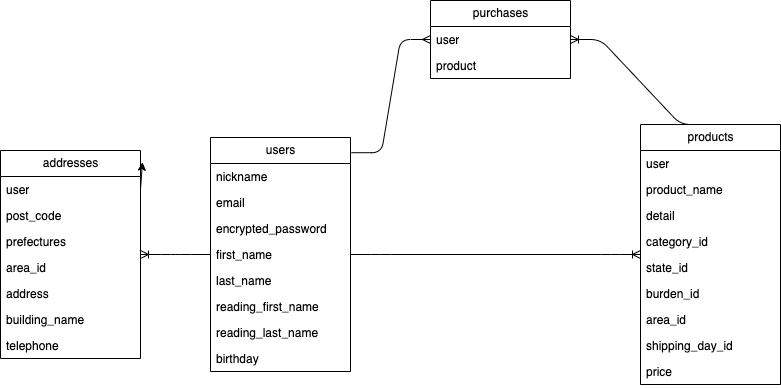
Before: FurimaER.png, a diagram exported from draw.io (someno-kaede/furima-39613). Source tidied: cells renumbered, new cells last; positions are measured from the earlier drawing's top-left corner, leaving out a move shared by most shapes.
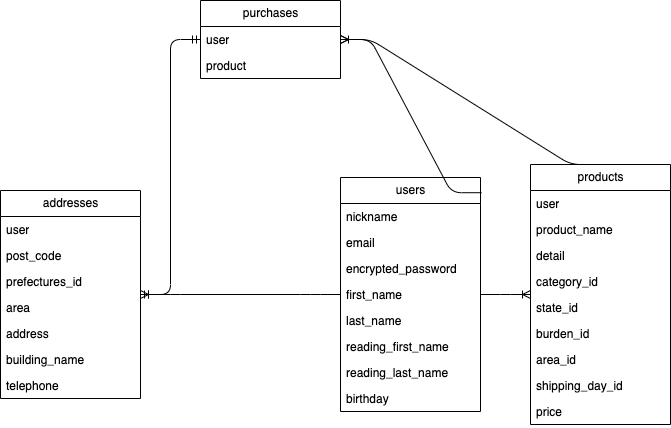
After the commit.

What changed in the source:
```diff
@@ -3,7 +3,7 @@
     <mxCell id="0" />
     <mxCell id="1" parent="0" />
     <mxCell id="2" value="users" style="swimlane;fontStyle=0;horizontal=1;startSize=26;fillColor=none;html=1;" parent="1" vertex="1">
-      <mxGeometry x="210" y="137" width="140" height="234" as="geometry" />
+      <mxGeometry x="350" y="137" width="140" height="234" as="geometry" />
     </mxCell>
     <mxCell id="3" value="nickname" style="text;strokeColor=none;fillColor=none;align=left;verticalAlign=top;spacingLeft=4;spacingRight=4;overflow=hidden;whiteSpace=wrap;html=1;" parent="2" vertex="1">
       <mxGeometry y="26" width="140" height="26" as="geometry" />
@@ -30,7 +30,7 @@
       <mxGeometry y="208" width="140" height="26" as="geometry" />
     </mxCell>
     <mxCell id="11" value="products" style="swimlane;fontStyle=0;horizontal=1;startSize=26;fillColor=none;html=1;" parent="1" vertex="1">
-      <mxGeometry x="640" y="124" width="140" height="260" as="geometry" />
+      <mxGeometry x="540" y="124" width="140" height="260" as="geometry" />
     </mxCell>
     <mxCell id="12" value="user&lt;br&gt;" style="text;strokeColor=none;fillColor=none;align=left;verticalAlign=top;spacingLeft=4;spacingRight=4;overflow=hidden;whiteSpace=wrap;html=1;" parent="11" vertex="1">
       <mxGeometry y="26" width="140" height="26" as="geometry" />
@@ -60,7 +60,7 @@
       <mxGeometry y="234" width="140" height="26" as="geometry" />
     </mxCell>
     <mxCell id="21" value="purchases" style="swimlane;fontStyle=0;horizontal=1;startSize=26;fillColor=none;html=1;" parent="1" vertex="1">
-      <mxGeometry x="430" width="140" height="78" as="geometry" />
+      <mxGeometry x="210" y="-40" width="140" height="78" as="geometry" />
     </mxCell>
     <mxCell id="22" value="user" style="text;strokeColor=none;fillColor=none;align=left;verticalAlign=top;spacingLeft=4;spacingRight=4;overflow=hidden;whiteSpace=wrap;html=1;" parent="21" vertex="1">
       <mxGeometry y="26" width="140" height="26" as="geometry" />
@@ -69,21 +69,18 @@
       <mxGeometry y="52" width="140" height="26" as="geometry" />
     </mxCell>
     <mxCell id="24" value="addresses" style="swimlane;fontStyle=0;horizontal=1;startSize=26;fillColor=none;html=1;" parent="1" vertex="1">
-      <mxGeometry y="150" width="140" height="208" as="geometry" />
+      <mxGeometry x="10" y="150" width="140" height="208" as="geometry" />
     </mxCell>
-    <mxCell id="25" style="edgeStyle=none;html=1;exitX=1;exitY=0.5;exitDx=0;exitDy=0;entryX=1.014;entryY=0.056;entryDx=0;entryDy=0;entryPerimeter=0;" parent="24" edge="1" source="26" target="24">
-      <mxGeometry relative="1" as="geometry" />
-    </mxCell>
     <mxCell id="26" value="user" style="text;strokeColor=none;fillColor=none;align=left;verticalAlign=top;spacingLeft=4;spacingRight=4;overflow=hidden;points=[[0,0.5],[1,0.5]];portConstraint=eastwest;whiteSpace=wrap;html=1;" parent="24" vertex="1">
       <mxGeometry y="26" width="140" height="26" as="geometry" />
     </mxCell>
     <mxCell id="27" value="post_code" style="text;strokeColor=none;fillColor=none;align=left;verticalAlign=top;spacingLeft=4;spacingRight=4;overflow=hidden;whiteSpace=wrap;html=1;" parent="24" vertex="1">
       <mxGeometry y="52" width="140" height="26" as="geometry" />
     </mxCell>
-    <mxCell id="28" value="prefectures" style="text;strokeColor=none;fillColor=none;align=left;verticalAlign=top;spacingLeft=4;spacingRight=4;overflow=hidden;whiteSpace=wrap;html=1;" parent="24" vertex="1">
+    <mxCell id="28" value="prefectures_id" style="text;strokeColor=none;fillColor=none;align=left;verticalAlign=top;spacingLeft=4;spacingRight=4;overflow=hidden;whiteSpace=wrap;html=1;" parent="24" vertex="1">
       <mxGeometry y="78" width="140" height="26" as="geometry" />
     </mxCell>
-    <mxCell id="29" value="area_id" style="text;strokeColor=none;fillColor=none;align=left;verticalAlign=top;spacingLeft=4;spacingRight=4;overflow=hidden;whiteSpace=wrap;html=1;" parent="24" vertex="1">
+    <mxCell id="29" value="area" style="text;strokeColor=none;fillColor=none;align=left;verticalAlign=top;spacingLeft=4;spacingRight=4;overflow=hidden;whiteSpace=wrap;html=1;" parent="24" vertex="1">
       <mxGeometry y="104" width="140" height="26" as="geometry" />
     </mxCell>
     <mxCell id="30" value="address" style="text;strokeColor=none;fillColor=none;align=left;verticalAlign=top;spacingLeft=4;spacingRight=4;overflow=hidden;whiteSpace=wrap;html=1;" parent="24" vertex="1">
@@ -107,5 +104,8 @@
     <mxCell id="36" style="edgeStyle=entityRelationEdgeStyle;fontSize=12;html=1;endArrow=ERoneToMany;exitX=0.5;exitY=0;exitDx=0;exitDy=0;" parent="1" edge="1" source="11" target="21">
       <mxGeometry relative="1" as="geometry" />
     </mxCell>
+    <mxCell id="37" style="edgeStyle=entityRelationEdgeStyle;fontSize=12;html=1;endArrow=ERmandOne;startArrow=ERmandOne;" parent="1" edge="1" source="24" target="21">
+      <mxGeometry relative="1" as="geometry" />
+    </mxCell>
   </root>
 </mxGraphModel>
```
